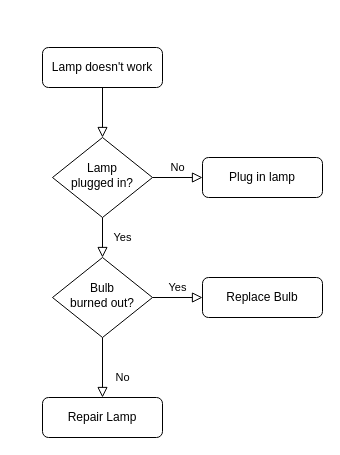
Before: Untitled Diagram.drawio in shoeone96/QualitativeResearch, a draw.io diagram. Source tidied: cells renumbered, new cells numbered last; positions are measured from the earlier drawing's top-left corner, leaving out a move shared by most shapes. Both pictures are drawn from the tidied source at 100%, with x=0, y=0 at pixel (42, 47).
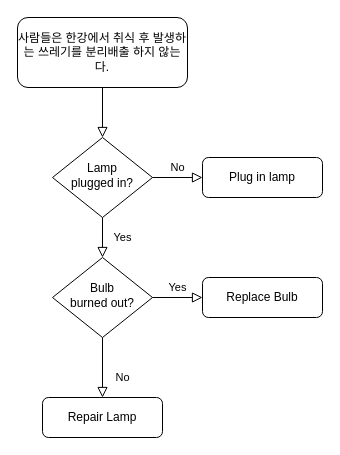
The same page after the edit.

The edit, as a diff of the source:
```diff
@@
 <mxGraphModel>
   <root>
     <mxCell id="0" />
     <mxCell id="1" parent="0" />
     <mxCell id="2" style="rounded=0;html=1;jettySize=auto;fontSize=11;endArrow=block;endFill=0;endSize=8;strokeWidth=1;shadow=0;labelBackgroundColor=none;edgeStyle=orthogonalEdgeStyle;" parent="1" edge="1" source="3" target="6">
       <mxGeometry relative="1" as="geometry" />
     </mxCell>
-    <mxCell id="3" value="Lamp doesn't work" style="rounded=1;whiteSpace=wrap;html=1;fontSize=12;glass=0;strokeWidth=1;shadow=0;" parent="1" vertex="1">
-      <mxGeometry width="120" height="40" as="geometry" />
+    <mxCell id="3" value="사람들은 한강에서 취식 후 발생하는 쓰레기를 분리배출 하지 않는다." style="rounded=1;whiteSpace=wrap;html=1;fontSize=12;glass=0;strokeWidth=1;shadow=0;" parent="1" vertex="1">
+      <mxGeometry x="-25" y="-30" width="170" height="70" as="geometry" />
     </mxCell>
     <mxCell id="4" value="Yes" style="rounded=0;html=1;jettySize=auto;fontSize=11;endArrow=block;endFill=0;endSize=8;strokeWidth=1;shadow=0;labelBackgroundColor=none;edgeStyle=orthogonalEdgeStyle;" parent="1" edge="1" source="6" target="10">
       <mxGeometry y="20" relative="1" as="geometry" />
     </mxCell>
     <mxCell id="5" value="No" style="edgeStyle=orthogonalEdgeStyle;rounded=0;html=1;jettySize=auto;fontSize=11;endArrow=block;endFill=0;endSize=8;strokeWidth=1;shadow=0;labelBackgroundColor=none;" parent="1" edge="1" source="6" target="7">
       <mxGeometry y="10" relative="1" as="geometry" />
     </mxCell>
     <mxCell id="6" value="Lamp&lt;br&gt;plugged in?" style="rhombus;whiteSpace=wrap;html=1;shadow=0;fontFamily=Helvetica;fontSize=12;align=center;strokeWidth=1;spacing=6;spacingTop=-4;" parent="1" vertex="1">
       <mxGeometry x="10" y="90" width="100" height="80" as="geometry" />
     </mxCell>
     <mxCell id="7" value="Plug in lamp" style="rounded=1;whiteSpace=wrap;html=1;fontSize=12;glass=0;strokeWidth=1;shadow=0;" parent="1" vertex="1">
       <mxGeometry x="160" y="110" width="120" height="40" as="geometry" />
     </mxCell>
     <mxCell id="8" value="No" style="rounded=0;html=1;jettySize=auto;fontSize=11;endArrow=block;endFill=0;endSize=8;strokeWidth=1;shadow=0;labelBackgroundColor=none;edgeStyle=orthogonalEdgeStyle;" parent="1" edge="1" source="10" target="11">
       <mxGeometry x="0.33" y="20" relative="1" as="geometry" />
     </mxCell>
     <mxCell id="9" value="Yes" style="edgeStyle=orthogonalEdgeStyle;rounded=0;html=1;jettySize=auto;fontSize=11;endArrow=block;endFill=0;endSize=8;strokeWidth=1;shadow=0;labelBackgroundColor=none;" parent="1" edge="1" source="10" target="12">
       <mxGeometry y="10" relative="1" as="geometry" />
     </mxCell>
     <mxCell id="10" value="Bulb&lt;br&gt;burned out?" style="rhombus;whiteSpace=wrap;html=1;shadow=0;fontFamily=Helvetica;fontSize=12;align=center;strokeWidth=1;spacing=6;spacingTop=-4;" parent="1" vertex="1">
       <mxGeometry x="10" y="210" width="100" height="80" as="geometry" />
     </mxCell>
     <mxCell id="11" value="Repair Lamp" style="rounded=1;whiteSpace=wrap;html=1;fontSize=12;glass=0;strokeWidth=1;shadow=0;" parent="1" vertex="1">
       <mxGeometry y="350" width="120" height="40" as="geometry" />
     </mxCell>
     <mxCell id="12" value="Replace Bulb" style="rounded=1;whiteSpace=wrap;html=1;fontSize=12;glass=0;strokeWidth=1;shadow=0;" parent="1" vertex="1">
       <mxGeometry x="160" y="230" width="120" height="40" as="geometry" />
     </mxCell>
   </root>
 </mxGraphModel>
```
